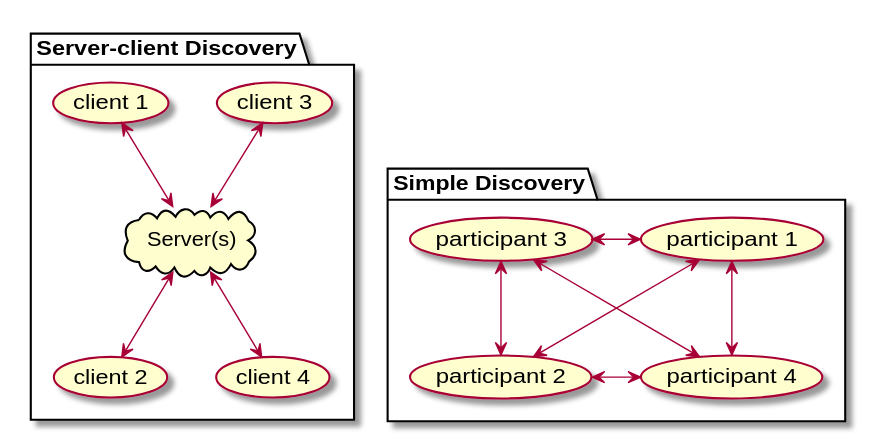
Earlier version of the PlantUML export docs/01-figures/fast_dds/discovery/discovery-server.svg (eProsima/Fast-DDS-docs).
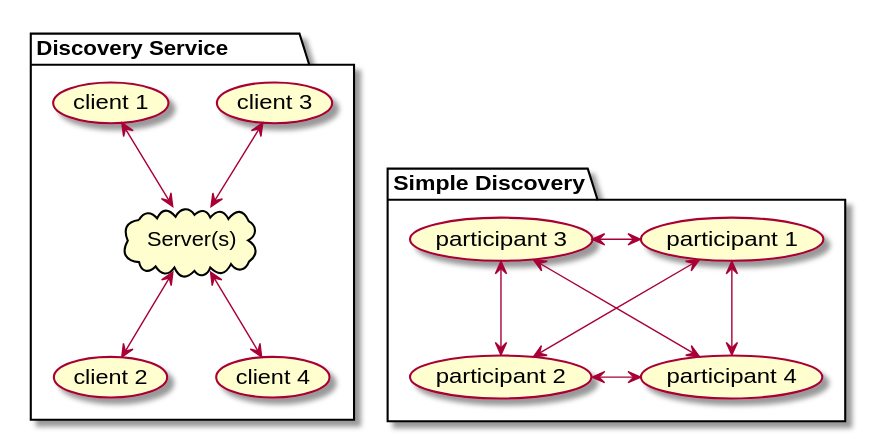
The same diagram one commit later.

What changed in the source:
```diff
@@ -16,7 +16,7 @@
 
 }
 
-package "Server-client Discovery" {
+package "Discovery Service" {
 
 cloud "Server(s)" as server
 (client 1) as ps1
```
